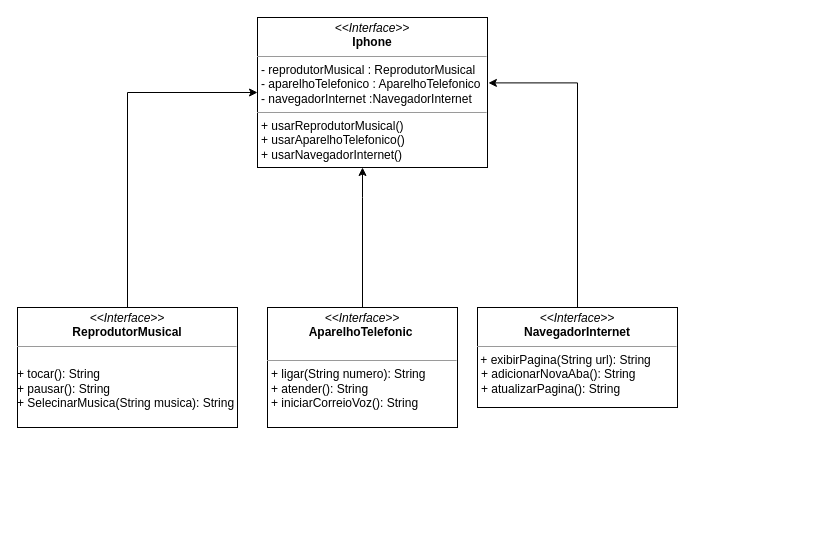
Above: DiagramaIphone.drawio in Pedro660henrique/Projeto_Iphone_dio (draw.io), before the change. Source tidied: cells renumbered, new cells numbered last; positions are measured from the earlier drawing's top-left corner, leaving out a move shared by most shapes. Both pictures are drawn from the tidied source at 100%, with x=0, y=0 at pixel (17, 17).
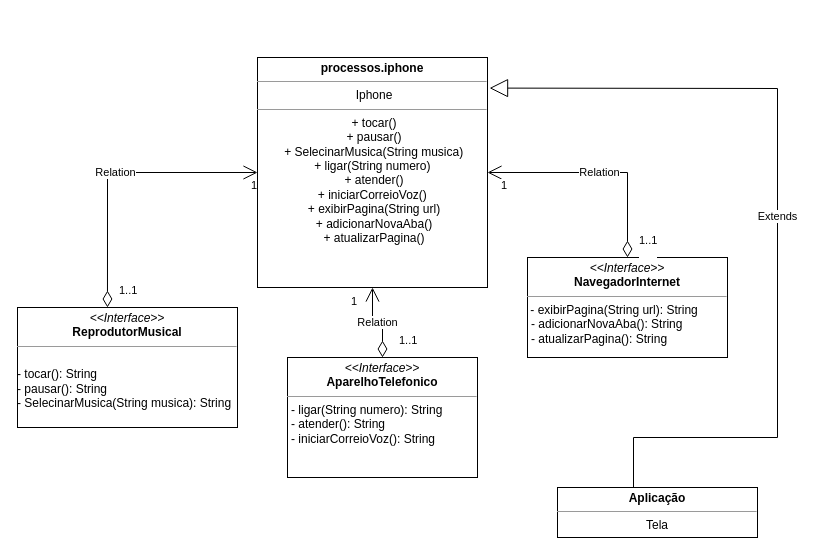
Above is the later version.

Change to the diagram source:
```diff
@@
-    <mxCell id="2" style="edgeStyle=orthogonalEdgeStyle;rounded=0;jettySize=auto;html=1;" parent="1" edge="1" source="3" target="4">
-      <mxGeometry relative="1" as="geometry">
-        <Array as="points">
-          <mxPoint x="345" y="180" />
-          <mxPoint x="345" y="180" />
-        </Array>
-      </mxGeometry>
-    </mxCell>
-    <mxCell id="3" value="&lt;p style=&quot;margin:0px;margin-top:4px;text-align:center;&quot;&gt;&lt;i&gt;&amp;lt;&amp;lt;Interface&amp;gt;&amp;gt;&lt;/i&gt;&lt;br&gt;&lt;b&gt;AparelhoTelefonic&lt;span style=&quot;white-space: pre;&quot;&gt;&#9;&lt;/span&gt;&lt;/b&gt;&lt;/p&gt;&lt;br&gt;&lt;hr size=&quot;1&quot;&gt;&lt;p style=&quot;margin:0px;margin-left:4px;&quot;&gt;+ ligar(String numero): String&lt;br&gt;+ atender(): String&lt;br&gt;&lt;/p&gt;&lt;p style=&quot;margin:0px;margin-left:4px;&quot;&gt;+ iniciarCorreioVoz(): String&lt;/p&gt;" style="verticalAlign=top;align=left;overflow=fill;fontSize=12;fontFamily=Helvetica;html=1;rounded=0;shadow=0;comic=0;labelBackgroundColor=none;strokeWidth=1;" parent="1" vertex="1">
-      <mxGeometry x="250" y="290" width="190" height="120" as="geometry" />
+    <mxCell id="3" value="&lt;p style=&quot;margin:0px;margin-top:4px;text-align:center;&quot;&gt;&lt;i&gt;&amp;lt;&amp;lt;Interface&amp;gt;&amp;gt;&lt;/i&gt;&lt;br&gt;&lt;b&gt;AparelhoTelefonico&lt;/b&gt;&lt;/p&gt;&lt;hr size=&quot;1&quot;&gt;&lt;p style=&quot;margin:0px;margin-left:4px;&quot;&gt;- ligar(String numero): String&lt;br&gt;- atender(): String&lt;br&gt;&lt;/p&gt;&lt;p style=&quot;margin:0px;margin-left:4px;&quot;&gt;- iniciarCorreioVoz(): String&lt;/p&gt;" style="verticalAlign=top;align=left;overflow=fill;fontSize=12;fontFamily=Helvetica;html=1;rounded=0;shadow=0;comic=0;labelBackgroundColor=none;strokeWidth=1;" parent="1" vertex="1">
+      <mxGeometry x="270" y="340" width="190" height="120" as="geometry" />
     </mxCell>
-    <mxCell id="4" value="&lt;p style=&quot;margin:0px;margin-top:4px;text-align:center;&quot;&gt;&lt;i&gt;&amp;lt;&amp;lt;Interface&amp;gt;&amp;gt;&lt;/i&gt;&lt;br&gt;&lt;b&gt;Iphone&lt;/b&gt;&lt;/p&gt;&lt;hr size=&quot;1&quot;&gt;&lt;p style=&quot;margin:0px;margin-left:4px;&quot;&gt;- reprodutorMusical : ReprodutorMusical&lt;/p&gt;&lt;p style=&quot;margin:0px;margin-left:4px;&quot;&gt;- aparelhoTelefonico : AparelhoTelefonico&lt;/p&gt;&lt;p style=&quot;margin:0px;margin-left:4px;&quot;&gt;- navegadorInternet :NavegadorInternet&lt;/p&gt;&lt;hr size=&quot;1&quot;&gt;&lt;p style=&quot;margin:0px;margin-left:4px;&quot;&gt;+ usarReprodutorMusical()&lt;br&gt;&lt;/p&gt;&lt;p style=&quot;margin:0px;margin-left:4px;&quot;&gt;+ usarAparelhoTelefonico()&lt;/p&gt;&lt;p style=&quot;margin:0px;margin-left:4px;&quot;&gt;+ usarNavegadorInternet()&lt;/p&gt;" style="verticalAlign=top;align=left;overflow=fill;fontSize=12;fontFamily=Helvetica;html=1;rounded=0;shadow=0;comic=0;labelBackgroundColor=none;strokeWidth=1;" parent="1" vertex="1">
-      <mxGeometry x="240" width="230" height="150" as="geometry" />
+    <mxCell id="4" value="&lt;p style=&quot;margin:0px;margin-top:4px;text-align:center;&quot;&gt;&lt;b&gt;processos.iphone&lt;/b&gt;&lt;/p&gt;&lt;hr size=&quot;1&quot;&gt;&lt;p style=&quot;margin:0px;margin-left:4px;&quot;&gt;Iphone&lt;/p&gt;&lt;hr size=&quot;1&quot;&gt;&lt;p style=&quot;margin:0px;margin-left:4px;&quot;&gt;+ tocar()&lt;br&gt;+ pausar()&lt;/p&gt;&lt;div&gt;&amp;nbsp;+ SelecinarMusica(String musica)&lt;/div&gt;&lt;div&gt;&lt;p style=&quot;margin: 0px 0px 0px 4px;&quot;&gt;+ ligar(String numero)&amp;nbsp;&lt;br&gt;+ atender()&lt;br&gt;&lt;/p&gt;&lt;p style=&quot;margin: 0px 0px 0px 4px;&quot;&gt;+ iniciarCorreioVoz()&amp;nbsp;&lt;/p&gt;&lt;p style=&quot;margin: 0px 0px 0px 4px;&quot;&gt;+ exibirPagina(String url)&lt;br&gt;&lt;/p&gt;&lt;p style=&quot;margin: 0px 0px 0px 4px;&quot;&gt;&lt;span style=&quot;background-color: initial;&quot;&gt;+ adicionarNovaAba()&lt;/span&gt;&lt;/p&gt;&lt;p style=&quot;margin: 0px 0px 0px 4px;&quot;&gt;&lt;span style=&quot;background-color: initial;&quot;&gt;+ atualizarPagina()&lt;/span&gt;&lt;/p&gt;&lt;/div&gt;" style="verticalAlign=top;align=center;overflow=fill;fontSize=12;fontFamily=Helvetica;html=1;rounded=0;shadow=0;comic=0;labelBackgroundColor=none;strokeWidth=1;" parent="1" vertex="1">
+      <mxGeometry x="240" y="40" width="230" height="230" as="geometry" />
     </mxCell>
-    <mxCell id="5" style="edgeStyle=orthogonalEdgeStyle;rounded=0;jettySize=auto;html=1;exitX=0.5;exitY=0;exitDx=0;exitDy=0;" parent="1" edge="1" source="6" target="4">
-      <mxGeometry relative="1" as="geometry">
-        <Array as="points">
-          <mxPoint x="110" y="75" />
-        </Array>
-      </mxGeometry>
-    </mxCell>
-    <mxCell id="6" value="&lt;p style=&quot;margin:0px;margin-top:4px;text-align:center;&quot;&gt;&lt;i&gt;&amp;lt;&amp;lt;Interface&amp;gt;&amp;gt;&lt;/i&gt;&lt;br&gt;&lt;b&gt;ReprodutorMusical&lt;/b&gt;&lt;/p&gt;&lt;hr size=&quot;1&quot;&gt;&lt;p style=&quot;margin:0px;margin-left:4px;&quot;&gt;&lt;/p&gt;&lt;p style=&quot;margin:0px;margin-left:4px;&quot;&gt;&lt;br&gt;&lt;/p&gt;+ tocar(): String&lt;br&gt;+ pausar(): String&lt;div&gt;+ SelecinarMusica(String musica): String&lt;br&gt;&lt;div&gt;&lt;br&gt;&lt;div&gt;&lt;br&gt;&lt;div&gt;&lt;br&gt;&lt;div&gt;&lt;br&gt;&lt;/div&gt;&lt;/div&gt;&lt;/div&gt;&lt;/div&gt;&lt;/div&gt;" style="verticalAlign=top;align=left;overflow=fill;fontSize=12;fontFamily=Helvetica;html=1;rounded=0;shadow=0;comic=0;labelBackgroundColor=none;strokeWidth=1;" parent="1" vertex="1">
+    <mxCell id="6" value="&lt;p style=&quot;margin:0px;margin-top:4px;text-align:center;&quot;&gt;&lt;i&gt;&amp;lt;&amp;lt;Interface&amp;gt;&amp;gt;&lt;/i&gt;&lt;br&gt;&lt;b&gt;ReprodutorMusical&lt;/b&gt;&lt;/p&gt;&lt;hr size=&quot;1&quot;&gt;&lt;p style=&quot;margin:0px;margin-left:4px;&quot;&gt;&lt;/p&gt;&lt;p style=&quot;margin:0px;margin-left:4px;&quot;&gt;&lt;br&gt;&lt;/p&gt;- tocar(): String&lt;br&gt;- pausar(): String&lt;div&gt;- SelecinarMusica(String musica): String&lt;br&gt;&lt;div&gt;&lt;br&gt;&lt;div&gt;&lt;br&gt;&lt;div&gt;&lt;br&gt;&lt;div&gt;&lt;br&gt;&lt;/div&gt;&lt;/div&gt;&lt;/div&gt;&lt;/div&gt;&lt;/div&gt;" style="verticalAlign=top;align=left;overflow=fill;fontSize=12;fontFamily=Helvetica;html=1;rounded=0;shadow=0;comic=0;labelBackgroundColor=none;strokeWidth=1;" parent="1" vertex="1">
       <mxGeometry y="290" width="220" height="120" as="geometry" />
     </mxCell>
-    <mxCell id="7" value="&lt;p style=&quot;margin:0px;margin-top:4px;text-align:center;&quot;&gt;&lt;i&gt;&amp;lt;&amp;lt;Interface&amp;gt;&amp;gt;&lt;/i&gt;&lt;br&gt;&lt;b&gt;NavegadorInternet&lt;/b&gt;&lt;/p&gt;&lt;hr size=&quot;1&quot;&gt;&lt;p style=&quot;margin:0px;margin-left:4px;&quot;&gt;&lt;/p&gt;&amp;nbsp;+ exibirPagina(String url): String&lt;br&gt;&lt;p style=&quot;margin:0px;margin-left:4px;&quot;&gt;&lt;span style=&quot;background-color: initial;&quot;&gt;+ adicionarNovaAba(): String&lt;/span&gt;&lt;/p&gt;&lt;p style=&quot;margin:0px;margin-left:4px;&quot;&gt;&lt;span style=&quot;background-color: initial;&quot;&gt;+ atualizarPagina(): String&lt;/span&gt;&lt;/p&gt;" style="verticalAlign=top;align=left;overflow=fill;fontSize=12;fontFamily=Helvetica;html=1;rounded=0;shadow=0;comic=0;labelBackgroundColor=none;strokeWidth=1;" parent="1" vertex="1">
-      <mxGeometry x="460" y="290" width="200" height="100" as="geometry" />
+    <mxCell id="7" value="&lt;p style=&quot;margin:0px;margin-top:4px;text-align:center;&quot;&gt;&lt;i&gt;&amp;lt;&amp;lt;Interface&amp;gt;&amp;gt;&lt;/i&gt;&lt;br&gt;&lt;b&gt;NavegadorInternet&lt;/b&gt;&lt;/p&gt;&lt;hr size=&quot;1&quot;&gt;&lt;p style=&quot;margin:0px;margin-left:4px;&quot;&gt;&lt;/p&gt;&amp;nbsp;- exibirPagina(String url): String&lt;br&gt;&lt;p style=&quot;margin:0px;margin-left:4px;&quot;&gt;&lt;span style=&quot;background-color: initial;&quot;&gt;- adicionarNovaAba(): String&lt;/span&gt;&lt;/p&gt;&lt;p style=&quot;margin:0px;margin-left:4px;&quot;&gt;&lt;span style=&quot;background-color: initial;&quot;&gt;- atualizarPagina(): String&lt;/span&gt;&lt;/p&gt;" style="verticalAlign=top;align=left;overflow=fill;fontSize=12;fontFamily=Helvetica;html=1;rounded=0;shadow=0;comic=0;labelBackgroundColor=none;strokeWidth=1;" parent="1" vertex="1">
+      <mxGeometry x="510" y="240" width="200" height="100" as="geometry" />
     </mxCell>
+    <mxCell id="5" value="Relation" style="endArrow=open;html=1;endSize=12;startArrow=diamondThin;startSize=14;startFill=0;edgeStyle=orthogonalEdgeStyle;rounded=0;exitX=0.409;exitY=0;exitDx=0;exitDy=0;exitPerimeter=0;entryX=0;entryY=0.5;entryDx=0;entryDy=0;" parent="1" edge="1" source="6" target="4">
+      <mxGeometry relative="1" as="geometry" />
+    </mxCell>
+    <mxCell id="9" value="1..1" style="edgeLabel;html=1;align=left;verticalAlign=top;" parent="5" vertex="1">
+      <mxGeometry x="-1" relative="1" as="geometry">
+        <mxPoint x="10" y="-30" as="offset" />
+      </mxGeometry>
+    </mxCell>
+    <mxCell id="10" value="1" style="edgeLabel;html=1;align=right;verticalAlign=top;" parent="5" vertex="1">
+      <mxGeometry x="1" relative="1" as="geometry" />
+    </mxCell>
-    <mxCell id="8" style="edgeStyle=orthogonalEdgeStyle;rounded=0;jettySize=auto;html=1;entryX=1.004;entryY=0.436;entryDx=0;entryDy=0;entryPerimeter=0;" parent="1" edge="1" source="7" target="4">
+    <mxCell id="8" value="Relation" style="endArrow=open;html=1;endSize=12;startArrow=diamondThin;startSize=14;startFill=0;edgeStyle=orthogonalEdgeStyle;rounded=0;exitX=0.5;exitY=0;exitDx=0;exitDy=0;entryX=1;entryY=0.5;entryDx=0;entryDy=0;" parent="1" edge="1" source="7" target="4">
       <mxGeometry relative="1" as="geometry" />
     </mxCell>
+    <mxCell id="11" value="1..1&lt;div&gt;&lt;br&gt;&lt;/div&gt;" style="edgeLabel;html=1;align=left;verticalAlign=top;" parent="8" vertex="1">
+      <mxGeometry x="-1" relative="1" as="geometry">
+        <mxPoint x="10" y="-30" as="offset" />
+      </mxGeometry>
+    </mxCell>
+    <mxCell id="12" value="1" style="edgeLabel;html=1;align=right;verticalAlign=top;" parent="8" vertex="1">
+      <mxGeometry x="1" relative="1" as="geometry">
+        <mxPoint x="20" as="offset" />
+      </mxGeometry>
+    </mxCell>
+    <mxCell id="2" value="Relation" style="endArrow=open;html=1;endSize=12;startArrow=diamondThin;startSize=14;startFill=0;edgeStyle=orthogonalEdgeStyle;rounded=0;exitX=0.5;exitY=0;exitDx=0;exitDy=0;entryX=0.5;entryY=1;entryDx=0;entryDy=0;" parent="1" edge="1" source="3" target="4">
+      <mxGeometry relative="1" as="geometry" />
+    </mxCell>
+    <mxCell id="13" value="1..1" style="edgeLabel;html=1;align=left;verticalAlign=top;" parent="2" vertex="1">
+      <mxGeometry x="-1" relative="1" as="geometry">
+        <mxPoint x="15" y="-30" as="offset" />
+      </mxGeometry>
+    </mxCell>
+    <mxCell id="14" value="1" style="edgeLabel;html=1;align=right;verticalAlign=top;" parent="2" vertex="1">
+      <mxGeometry x="1" relative="1" as="geometry">
+        <mxPoint x="-15" y="1" as="offset" />
+      </mxGeometry>
+    </mxCell>
+    <mxCell id="15" value="&lt;p style=&quot;margin:0px;margin-top:4px;text-align:center;&quot;&gt;&lt;b&gt;Aplicação&lt;/b&gt;&lt;/p&gt;&lt;hr size=&quot;1&quot;&gt;&lt;p style=&quot;margin:0px;margin-left:4px;&quot;&gt;&lt;/p&gt;Tela" style="verticalAlign=top;align=center;overflow=fill;fontSize=12;fontFamily=Helvetica;html=1;rounded=0;shadow=0;comic=0;labelBackgroundColor=none;strokeWidth=1;" parent="1" vertex="1">
+      <mxGeometry x="540" y="470" width="200" height="50" as="geometry" />
+    </mxCell>
+    <mxCell id="16" value="Extends" style="endArrow=block;endSize=16;endFill=0;html=1;rounded=0;exitX=0.38;exitY=-0.01;exitDx=0;exitDy=0;exitPerimeter=0;entryX=1.009;entryY=0.133;entryDx=0;entryDy=0;entryPerimeter=0;" parent="1" edge="1" source="15" target="4">
+      <mxGeometry relative="1" as="geometry">
+        <Array as="points">
+          <mxPoint x="616" y="420" />
+          <mxPoint x="760" y="420" />
+          <mxPoint x="760" y="71" />
+        </Array>
+      </mxGeometry>
+    </mxCell>
```
